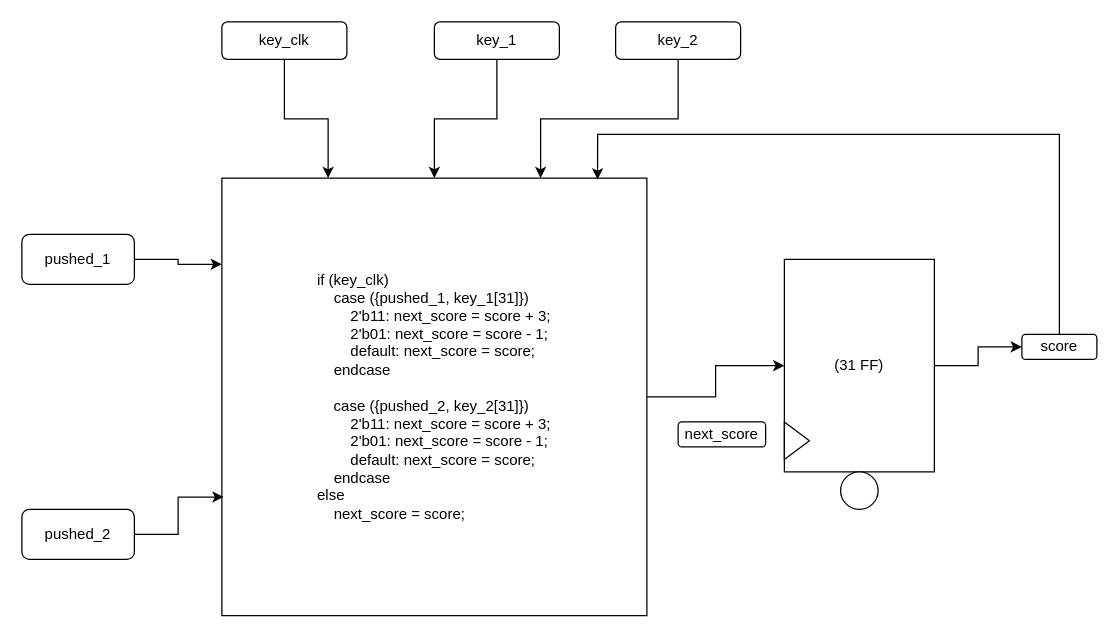
chepemike25/STARS-RTL-desgin-Mike-Shresth-Claire-Jakob-w-Fahad-2.0 keeps this draw.io diagram as page "FSM RTL" (2 of 2) of Untitled Diagram.drawio. Above is the earlier version. Source tidied: cells renumbered, new cells numbered last; positions are measured from the earlier drawing's top-left corner, leaving out a move shared by most shapes. Both pictures are drawn from the tidied source at 125%, with x=0, y=0 at pixel (21, 21).
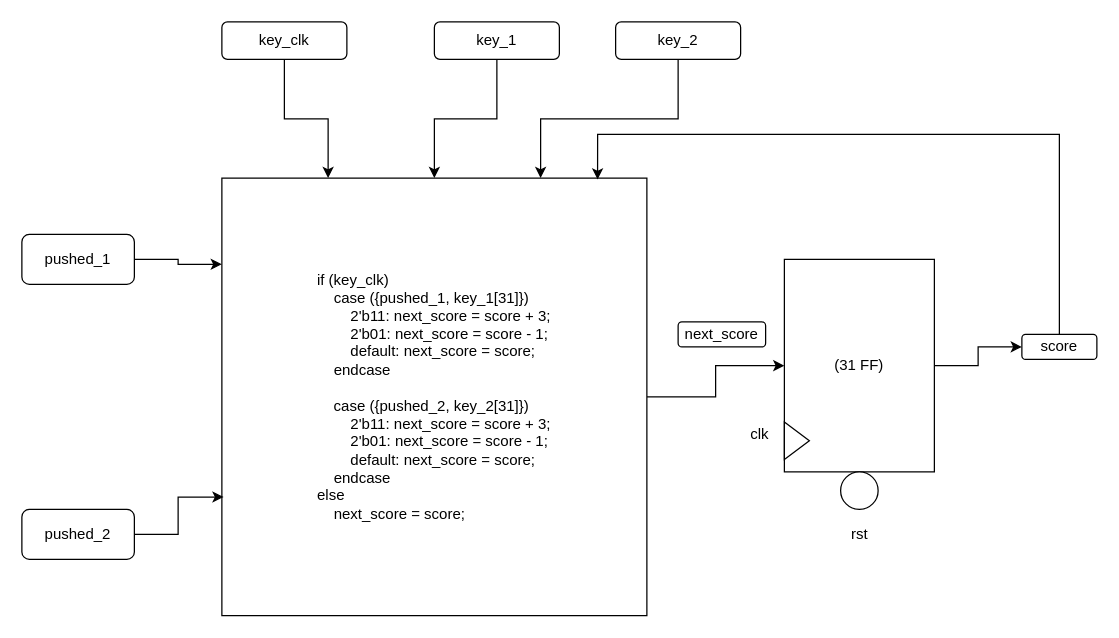
Above is the later version.

Commit message:
FSM RTL UPDATE

Change to the diagram source:
```diff
@@
     <mxCell id="18" value="next_score" style="rounded=1;whiteSpace=wrap;html=1;" parent="1" vertex="1">
-      <mxGeometry x="525" y="320" width="70" height="20" as="geometry" />
+      <mxGeometry x="525" y="240" width="70" height="20" as="geometry" />
     </mxCell>
@@
+    <mxCell id="22" value="clk" style="text;html=1;align=center;verticalAlign=middle;strokeColor=none;fillColor=none;rounded=1;" parent="1" vertex="1">
+      <mxGeometry x="575" y="320" width="30" height="20" as="geometry" />
+    </mxCell>
+    <mxCell id="23" value="rst" style="text;html=1;align=center;verticalAlign=middle;strokeColor=none;fillColor=none;" parent="1" vertex="1">
+      <mxGeometry x="655" y="400" width="30" height="20" as="geometry" />
+    </mxCell>
```
